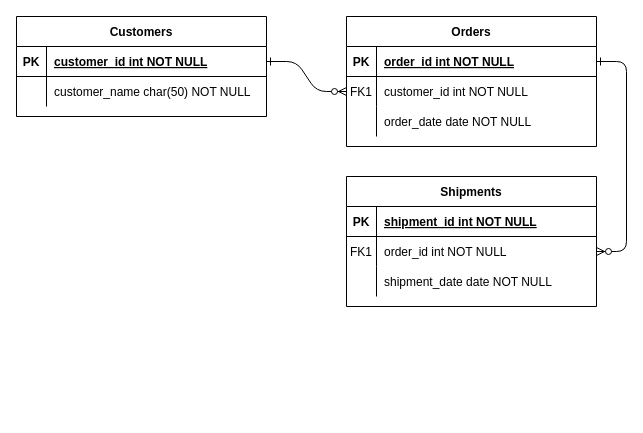
NormalikaShandi/IF214002 keeps this draw.io diagram as Pertemuan6/Untitled Diagram.drawio. Above is the earlier version. Source tidied: cells renumbered, new cells numbered last; positions are measured from the earlier drawing's top-left corner, leaving out a move shared by most shapes. Both pictures are drawn from the tidied source at 100%, with x=0, y=0 at pixel (16, 16).
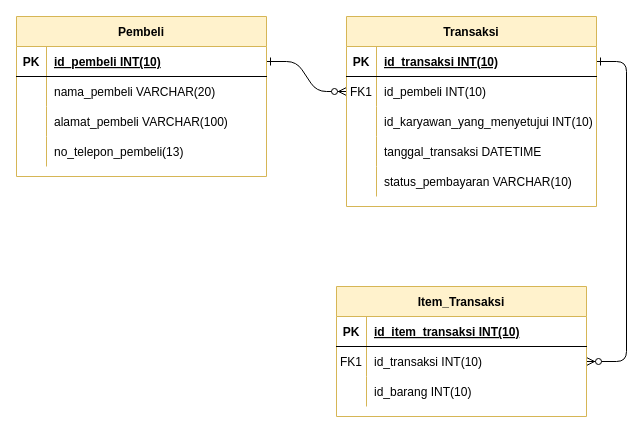
Above is the later version.

The change refers to these unchanged cells:
```xml
<mxCell id="5" style="shape=partialRectangle;fillColor=none;points=[[0,0.5],[1,0.5]];portConstraint=eastwest;top=0;left=0;right=0;bottom=1;" parent="4" vertex="1">
  <mxGeometry y="30" width="250" height="30" as="geometry" />
</mxCell>
<mxCell id="8" style="shape=partialRectangle;fillColor=none;points=[[0,0.5],[1,0.5]];portConstraint=eastwest;top=0;left=0;right=0;bottom=0;" parent="4" vertex="1">
  <mxGeometry y="60" width="250" height="30" as="geometry" />
</mxCell>
<mxCell id="11" style="shape=partialRectangle;fillColor=none;top=0;left=0;right=0;bottom=0;" parent="4" vertex="1">
  <mxGeometry y="90" width="250" height="30" as="geometry" />
</mxCell>
<mxCell id="15" style="shape=partialRectangle;fillColor=none;top=0;left=0;right=0;bottom=1;" parent="14" vertex="1">
  <mxGeometry y="30" width="250" height="30" as="geometry" />
</mxCell>
<mxCell id="18" style="shape=partialRectangle;fillColor=none;points=[[0,0.5],[1,0.5]];portConstraint=eastwest;top=0;left=0;right=0;bottom=0;" parent="14" vertex="1">
  <mxGeometry y="60" width="250" height="30" as="geometry" />
</mxCell>
<mxCell id="21" style="shape=partialRectangle;fillColor=none;top=0;left=0;right=0;bottom=0;" parent="14" vertex="1">
  <mxGeometry y="90" width="250" height="30" as="geometry" />
</mxCell>
<mxCell id="25" style="shape=partialRectangle;fillColor=none;points=[[0,0.5],[1,0.5]];portConstraint=eastwest;top=0;left=0;right=0;bottom=1;" parent="24" vertex="1">
  <mxGeometry y="30" width="250" height="30" as="geometry" />
</mxCell>
<mxCell id="28" style="shape=partialRectangle;fillColor=none;top=0;left=0;right=0;bottom=0;" parent="24" vertex="1">
  <mxGeometry y="60" width="250" height="30" as="geometry" />
</mxCell>
```

Change to the diagram source:
```diff
@@
-    <mxCell id="4" value="Orders" style="shape=table;startSize=30;childLayout=tableLayout;rowLines=0;fontStyle=1;align=center;" parent="1" vertex="1">
-      <mxGeometry x="330" width="250" height="130" as="geometry" />
+    <mxCell id="4" value="Transaksi" style="shape=table;startSize=30;childLayout=tableLayout;rowLines=0;fontStyle=1;align=center;fillColor=#fff2cc;strokeColor=#d6b656;" parent="1" vertex="1">
+      <mxGeometry x="330" width="250" height="190" as="geometry" />
     </mxCell>
@@
-    <mxCell id="7" value="order_id int NOT NULL " style="shape=partialRectangle;overflow=hidden;fillColor=none;top=0;left=0;bottom=0;right=0;align=left;spacingLeft=6;fontStyle=5;" parent="5" vertex="1">
+    <mxCell id="7" value="id_transaksi INT(10)" style="shape=partialRectangle;overflow=hidden;fillColor=none;top=0;left=0;bottom=0;right=0;align=left;spacingLeft=6;fontStyle=5;" parent="5" vertex="1">
       <mxGeometry x="30" width="220" height="30" as="geometry" />
     </mxCell>
@@
-    <mxCell id="10" value="customer_id int NOT NULL" style="shape=partialRectangle;overflow=hidden;fillColor=none;top=0;left=0;bottom=0;right=0;align=left;spacingLeft=6;" parent="8" vertex="1">
+    <mxCell id="10" value="id_pembeli INT(10)" style="shape=partialRectangle;overflow=hidden;fillColor=none;top=0;left=0;bottom=0;right=0;align=left;spacingLeft=6;" parent="8" vertex="1">
       <mxGeometry x="30" width="220" height="30" as="geometry" />
     </mxCell>
@@
-    <mxCell id="13" value="order_date date NOT NULL" style="shape=partialRectangle;overflow=hidden;fillColor=none;top=0;left=0;bottom=0;right=0;align=left;spacingLeft=6;" parent="11" vertex="1">
+    <mxCell id="13" value="id_karyawan_yang_menyetujui INT(10)" style="shape=partialRectangle;overflow=hidden;fillColor=none;top=0;left=0;bottom=0;right=0;align=left;spacingLeft=6;" parent="11" vertex="1">
       <mxGeometry x="30" width="220" height="30" as="geometry" />
     </mxCell>
+    <mxCell id="31" style="shape=partialRectangle;fillColor=none;top=0;left=0;right=0;bottom=0;" parent="4" vertex="1">
+      <mxGeometry y="120" width="250" height="30" as="geometry" />
+    </mxCell>
+    <mxCell id="32" style="shape=partialRectangle;overflow=hidden;fillColor=none;top=0;left=0;bottom=0;right=0;" parent="31" vertex="1">
+      <mxGeometry width="30" height="30" as="geometry" />
+    </mxCell>
+    <mxCell id="33" value="tanggal_transaksi DATETIME" style="shape=partialRectangle;overflow=hidden;fillColor=none;top=0;left=0;bottom=0;right=0;align=left;spacingLeft=6;" parent="31" vertex="1">
+      <mxGeometry x="30" width="220" height="30" as="geometry" />
+    </mxCell>
+    <mxCell id="34" style="shape=partialRectangle;fillColor=none;top=0;left=0;right=0;bottom=0;" parent="4" vertex="1">
+      <mxGeometry y="150" width="250" height="30" as="geometry" />
+    </mxCell>
+    <mxCell id="35" style="shape=partialRectangle;overflow=hidden;fillColor=none;top=0;left=0;bottom=0;right=0;" parent="34" vertex="1">
+      <mxGeometry width="30" height="30" as="geometry" />
+    </mxCell>
+    <mxCell id="36" value="status_pembayaran VARCHAR(10)" style="shape=partialRectangle;overflow=hidden;fillColor=none;top=0;left=0;bottom=0;right=0;align=left;spacingLeft=6;" parent="34" vertex="1">
+      <mxGeometry x="30" width="220" height="30" as="geometry" />
+    </mxCell>
-    <mxCell id="14" value="Shipments" style="shape=table;startSize=30;childLayout=tableLayout;rowLines=0;fontStyle=1;align=center;" parent="1" vertex="1">
-      <mxGeometry x="330" y="160" width="250" height="130" as="geometry" />
+    <mxCell id="14" value="Item_Transaksi" style="shape=table;startSize=30;childLayout=tableLayout;rowLines=0;fontStyle=1;align=center;fillColor=#fff2cc;strokeColor=#d6b656;" parent="1" vertex="1">
+      <mxGeometry x="320" y="270" width="250" height="130" as="geometry" />
     </mxCell>
@@
-    <mxCell id="17" value="shipment_id int NOT NULL " style="shape=partialRectangle;overflow=hidden;fillColor=none;top=0;left=0;bottom=0;right=0;align=left;spacingLeft=6;fontStyle=5;" parent="15" vertex="1">
+    <mxCell id="17" value="id_item_transaksi INT(10)" style="shape=partialRectangle;overflow=hidden;fillColor=none;top=0;left=0;bottom=0;right=0;align=left;spacingLeft=6;fontStyle=5;" parent="15" vertex="1">
       <mxGeometry x="30" width="220" height="30" as="geometry" />
     </mxCell>
@@
-    <mxCell id="20" value="order_id int NOT NULL" style="shape=partialRectangle;overflow=hidden;fillColor=none;top=0;left=0;bottom=0;right=0;align=left;spacingLeft=6;" parent="18" vertex="1">
+    <mxCell id="20" value="id_transaksi INT(10)" style="shape=partialRectangle;overflow=hidden;fillColor=none;top=0;left=0;bottom=0;right=0;align=left;spacingLeft=6;" parent="18" vertex="1">
       <mxGeometry x="30" width="220" height="30" as="geometry" />
     </mxCell>
@@
-    <mxCell id="23" value="shipment_date date NOT NULL" style="shape=partialRectangle;overflow=hidden;fillColor=none;top=0;left=0;bottom=0;right=0;align=left;spacingLeft=6;" parent="21" vertex="1">
+    <mxCell id="23" value="id_barang INT(10)" style="shape=partialRectangle;overflow=hidden;fillColor=none;top=0;left=0;bottom=0;right=0;align=left;spacingLeft=6;" parent="21" vertex="1">
       <mxGeometry x="30" width="220" height="30" as="geometry" />
     </mxCell>
-    <mxCell id="24" value="Customers" style="shape=table;startSize=30;childLayout=tableLayout;rowLines=0;fontStyle=1;align=center;" parent="1" vertex="1">
-      <mxGeometry width="250" height="100" as="geometry" />
+    <mxCell id="24" value="Pembeli" style="shape=table;startSize=30;childLayout=tableLayout;rowLines=0;fontStyle=1;align=center;fillColor=#fff2cc;strokeColor=#d6b656;" parent="1" vertex="1">
+      <mxGeometry width="250" height="160" as="geometry" />
     </mxCell>
@@
-    <mxCell id="27" value="customer_id int NOT NULL " style="shape=partialRectangle;overflow=hidden;fillColor=none;top=0;left=0;bottom=0;right=0;align=left;spacingLeft=6;fontStyle=5;" parent="25" vertex="1">
+    <mxCell id="27" value="id_pembeli INT(10)" style="shape=partialRectangle;overflow=hidden;fillColor=none;top=0;left=0;bottom=0;right=0;align=left;spacingLeft=6;fontStyle=5;" parent="25" vertex="1">
       <mxGeometry x="30" width="220" height="30" as="geometry" />
     </mxCell>
@@
-    <mxCell id="30" value="customer_name char(50) NOT NULL" style="shape=partialRectangle;overflow=hidden;fillColor=none;top=0;left=0;bottom=0;right=0;align=left;spacingLeft=6;" parent="28" vertex="1">
+    <mxCell id="30" value="nama_pembeli VARCHAR(20)" style="shape=partialRectangle;overflow=hidden;fillColor=none;top=0;left=0;bottom=0;right=0;align=left;spacingLeft=6;" parent="28" vertex="1">
       <mxGeometry x="30" width="220" height="30" as="geometry" />
     </mxCell>
+    <mxCell id="37" style="shape=partialRectangle;fillColor=none;top=0;left=0;right=0;bottom=0;" parent="24" vertex="1">
+      <mxGeometry y="90" width="250" height="30" as="geometry" />
+    </mxCell>
+    <mxCell id="38" style="shape=partialRectangle;overflow=hidden;fillColor=none;top=0;left=0;bottom=0;right=0;" parent="37" vertex="1">
+      <mxGeometry width="30" height="30" as="geometry" />
+    </mxCell>
+    <mxCell id="39" value="alamat_pembeli VARCHAR(100)" style="shape=partialRectangle;overflow=hidden;fillColor=none;top=0;left=0;bottom=0;right=0;align=left;spacingLeft=6;" parent="37" vertex="1">
+      <mxGeometry x="30" width="220" height="30" as="geometry" />
+    </mxCell>
+    <mxCell id="40" style="shape=partialRectangle;fillColor=none;top=0;left=0;right=0;bottom=0;" parent="24" vertex="1">
+      <mxGeometry y="120" width="250" height="30" as="geometry" />
+    </mxCell>
+    <mxCell id="41" style="shape=partialRectangle;overflow=hidden;fillColor=none;top=0;left=0;bottom=0;right=0;" parent="40" vertex="1">
+      <mxGeometry width="30" height="30" as="geometry" />
+    </mxCell>
+    <mxCell id="42" value="no_telepon_pembeli(13)" style="shape=partialRectangle;overflow=hidden;fillColor=none;top=0;left=0;bottom=0;right=0;align=left;spacingLeft=6;" parent="40" vertex="1">
+      <mxGeometry x="30" width="220" height="30" as="geometry" />
+    </mxCell>
```
